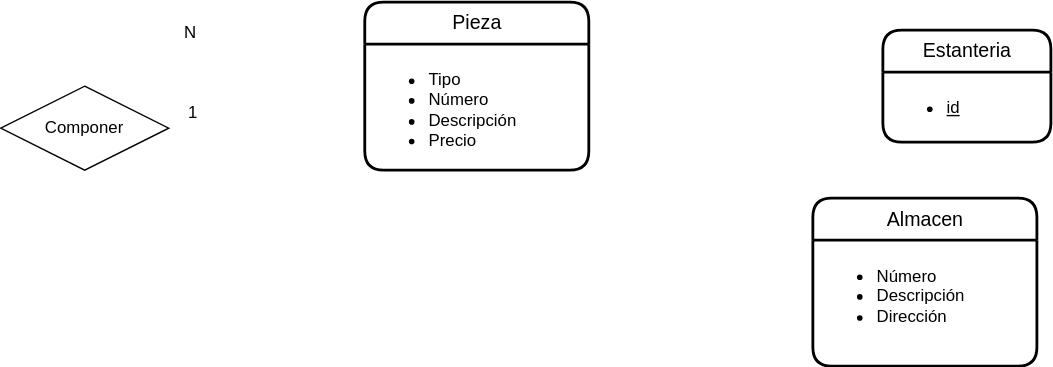
Jimxx22/C3-UD11-UML keeps this draw.io diagram as UD12-5.svg. Above is the earlier version. Source tidied: cells renumbered, new cells last; positions are measured from the earlier drawing's top-left corner, leaving out a move shared by most shapes.
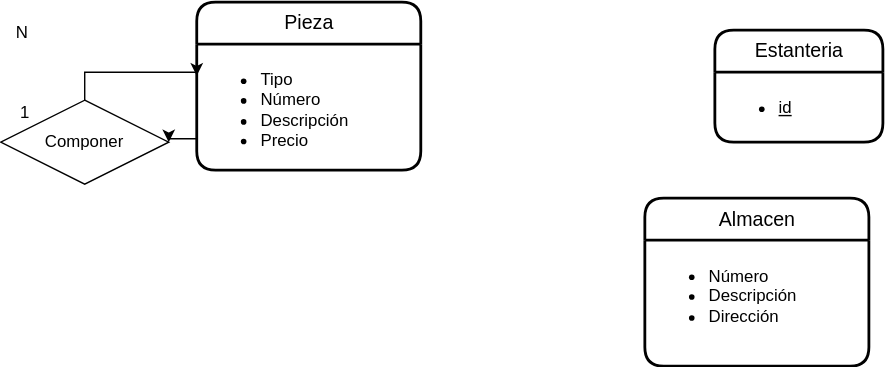
The same diagram one commit later.

Change to the diagram source:
```diff
@@ -23,8 +23,11 @@
     <mxCell id="8" value="&lt;ul&gt;&lt;li&gt;Número&lt;/li&gt;&lt;li&gt;Descripción&lt;/li&gt;&lt;li&gt;Dirección&lt;/li&gt;&lt;/ul&gt;" style="align=left;strokeColor=none;fillColor=none;spacingLeft=4;fontSize=12;verticalAlign=top;rounded=0;glass=0;html=1;" parent="7" vertex="1">
       <mxGeometry y="30" width="160" height="90" as="geometry" />
     </mxCell>
+    <mxCell id="13" style="edgeStyle=orthogonalEdgeStyle;rounded=0;jettySize=auto;html=1;exitX=0.5;exitY=0;exitDx=0;exitDy=0;entryX=0;entryY=0.25;entryDx=0;entryDy=0;" parent="1" edge="1" source="9" target="5">
+      <mxGeometry relative="1" as="geometry" />
+    </mxCell>
     <mxCell id="9" value="&lt;div&gt;Componer&lt;/div&gt;" style="shape=rhombus;perimeter=rhombusPerimeter;whiteSpace=wrap;html=1;align=center;" parent="1" vertex="1">
-      <mxGeometry y="60" width="120" height="60" as="geometry" />
+      <mxGeometry x="120" y="70" width="120" height="60" as="geometry" />
     </mxCell>
     <mxCell id="10" style="edgeStyle=orthogonalEdgeStyle;rounded=0;jettySize=auto;html=1;exitX=0;exitY=0.75;exitDx=0;exitDy=0;entryX=1;entryY=0.5;entryDx=0;entryDy=0;" parent="1" edge="1" target="9">
       <mxGeometry relative="1" as="geometry" />
@@ -37,5 +40,8 @@
     <mxCell id="12" value="N" style="html=1;align=right;verticalAlign=bottom;" parent="1" vertex="1">
       <mxGeometry x="140" y="30" as="geometry" />
     </mxCell>
+    <mxCell id="14" style="edgeStyle=orthogonalEdgeStyle;rounded=0;jettySize=auto;html=1;exitX=0;exitY=0.75;exitDx=0;exitDy=0;entryX=1;entryY=0.5;entryDx=0;entryDy=0;" parent="1" edge="1" source="5" target="9">
+      <mxGeometry relative="1" as="geometry" />
+    </mxCell>
   </root>
 </mxGraphModel>
```
